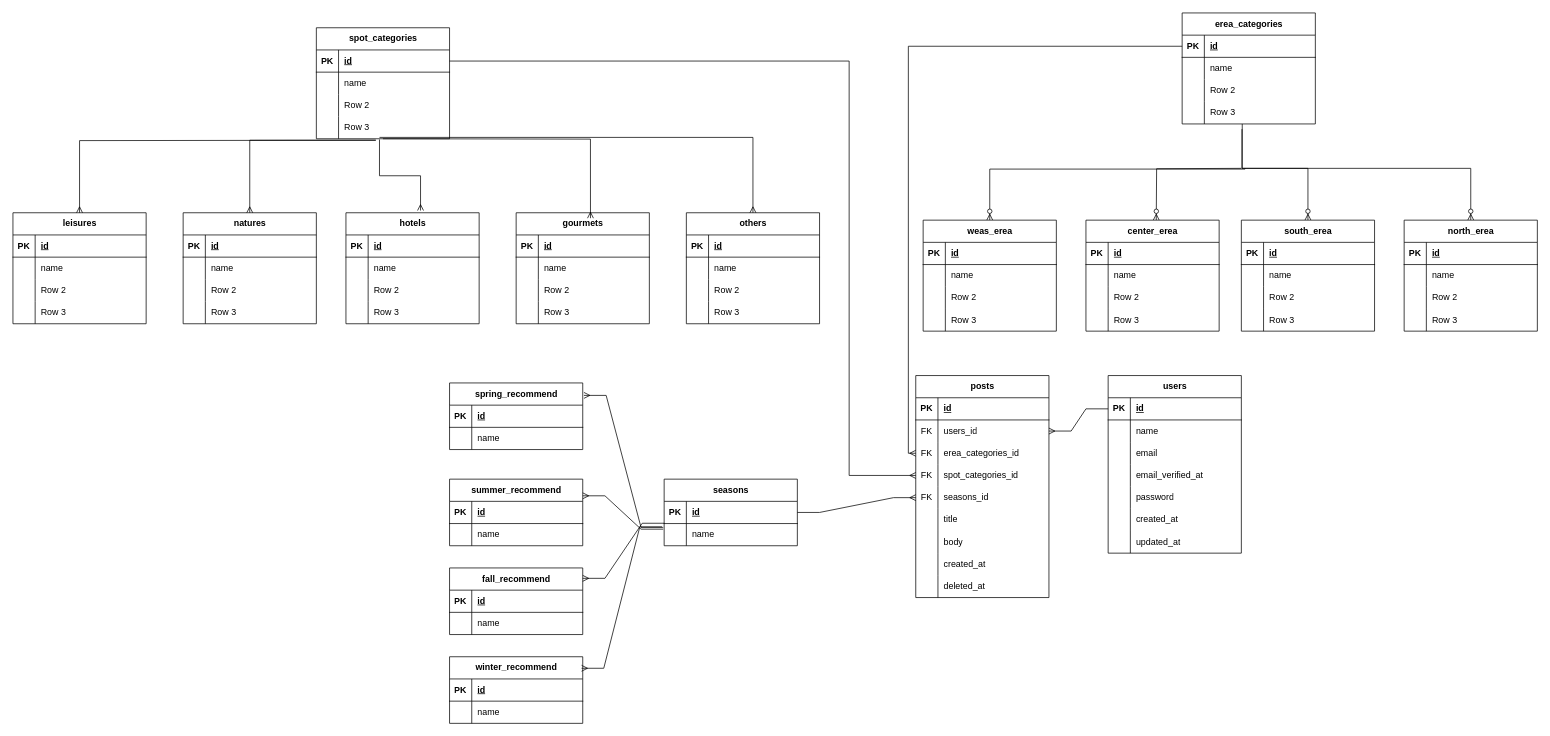
Before: 名称未設定ファイル.drawio in 113Nh/TravelingSite, a draw.io diagram. Source tidied: cells renumbered, new cells numbered last; positions are measured from the earlier drawing's top-left corner, leaving out a move shared by most shapes. Both pictures are drawn from the tidied source at 74%, with x=0, y=0 at pixel (13, 13).
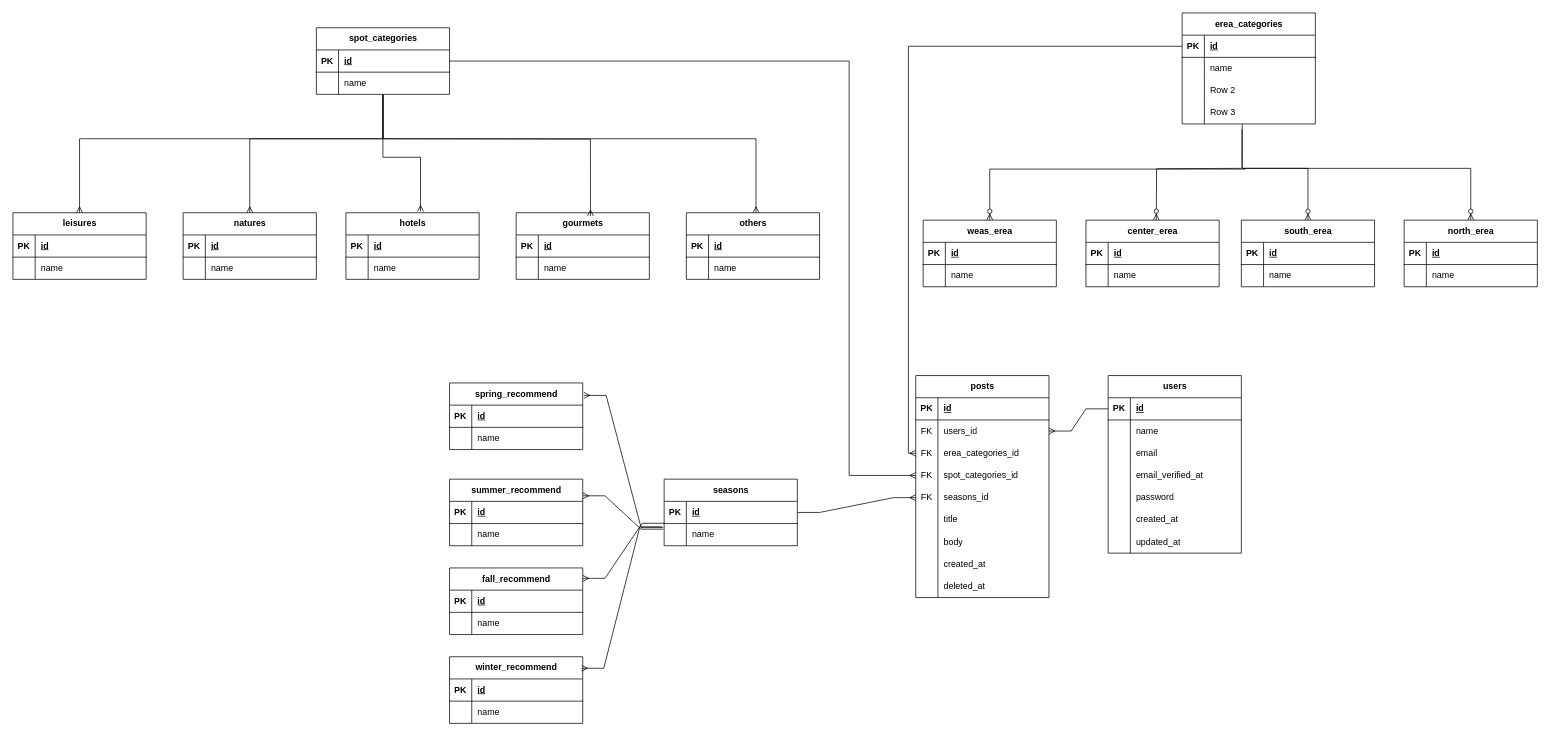
The same diagram, later.

Commit message (it also covers changes not shown here):
名称未設定ファイル.drawio を更新します

Change to the diagram source:
```diff
@@
     <mxCell id="76" value="weas_erea" style="shape=table;startSize=30;childLayout=tableLayout;rowLines=0;fontStyle=1;align=center;html=1;" parent="1" vertex="1">
-      <mxGeometry x="1230" y="280" width="180" height="150" as="geometry" />
+      <mxGeometry x="1230" y="280" width="180" height="90" as="geometry" />
     </mxCell>
@@
-    <mxCell id="83" style="shape=tableRow;horizontal=0;startSize=0;swimlaneHead=0;swimlaneBody=0;fillColor=none;top=0;left=0;right=0;bottom=0;" parent="76" vertex="1">
-      <mxGeometry y="90" width="180" height="30" as="geometry" />
-    </mxCell>
-    <mxCell id="84" style="shape=partialRectangle;fillColor=none;top=0;left=0;bottom=0;right=0;overflow=hidden;whiteSpace=wrap;html=1;" parent="83" vertex="1">
-      <mxGeometry width="30" height="30" as="geometry" />
-    </mxCell>
-    <mxCell id="85" value="Row 2" style="shape=partialRectangle;fillColor=none;top=0;left=0;bottom=0;right=0;align=left;spacingLeft=6;overflow=hidden;whiteSpace=wrap;html=1;" parent="83" vertex="1">
-      <mxGeometry x="30" width="150" height="30" as="geometry" />
-    </mxCell>
-    <mxCell id="86" style="shape=tableRow;horizontal=0;startSize=0;swimlaneHead=0;swimlaneBody=0;fillColor=none;top=0;left=0;right=0;bottom=0;" parent="76" vertex="1">
-      <mxGeometry y="120" width="180" height="30" as="geometry" />
-    </mxCell>
-    <mxCell id="87" style="shape=partialRectangle;fillColor=none;top=0;left=0;bottom=0;right=0;overflow=hidden;whiteSpace=wrap;html=1;" parent="86" vertex="1">
-      <mxGeometry width="30" height="30" as="geometry" />
-    </mxCell>
-    <mxCell id="88" value="Row 3" style="shape=partialRectangle;fillColor=none;top=0;left=0;bottom=0;right=0;align=left;spacingLeft=6;overflow=hidden;whiteSpace=wrap;html=1;" parent="86" vertex="1">
-      <mxGeometry x="30" width="150" height="30" as="geometry" />
-    </mxCell>
     <mxCell id="89" value="center_erea" style="shape=table;startSize=30;childLayout=tableLayout;rowLines=0;fontStyle=1;align=center;html=1;" parent="1" vertex="1">
-      <mxGeometry x="1450" y="280" width="180" height="150" as="geometry" />
+      <mxGeometry x="1450" y="280" width="180" height="90" as="geometry" />
     </mxCell>
@@
-    <mxCell id="96" style="shape=tableRow;horizontal=0;startSize=0;swimlaneHead=0;swimlaneBody=0;fillColor=none;top=0;left=0;right=0;bottom=0;" parent="89" vertex="1">
-      <mxGeometry y="90" width="180" height="30" as="geometry" />
-    </mxCell>
-    <mxCell id="97" style="shape=partialRectangle;fillColor=none;top=0;left=0;bottom=0;right=0;overflow=hidden;whiteSpace=wrap;html=1;" parent="96" vertex="1">
-      <mxGeometry width="30" height="30" as="geometry" />
-    </mxCell>
-    <mxCell id="98" value="Row 2" style="shape=partialRectangle;fillColor=none;top=0;left=0;bottom=0;right=0;align=left;spacingLeft=6;overflow=hidden;whiteSpace=wrap;html=1;" parent="96" vertex="1">
-      <mxGeometry x="30" width="150" height="30" as="geometry" />
-    </mxCell>
-    <mxCell id="99" style="shape=tableRow;horizontal=0;startSize=0;swimlaneHead=0;swimlaneBody=0;fillColor=none;top=0;left=0;right=0;bottom=0;" parent="89" vertex="1">
-      <mxGeometry y="120" width="180" height="30" as="geometry" />
-    </mxCell>
-    <mxCell id="100" style="shape=partialRectangle;fillColor=none;top=0;left=0;bottom=0;right=0;overflow=hidden;whiteSpace=wrap;html=1;" parent="99" vertex="1">
-      <mxGeometry width="30" height="30" as="geometry" />
-    </mxCell>
-    <mxCell id="101" value="Row 3" style="shape=partialRectangle;fillColor=none;top=0;left=0;bottom=0;right=0;align=left;spacingLeft=6;overflow=hidden;whiteSpace=wrap;html=1;" parent="99" vertex="1">
-      <mxGeometry x="30" width="150" height="30" as="geometry" />
-    </mxCell>
     <mxCell id="102" value="south_erea" style="shape=table;startSize=30;childLayout=tableLayout;rowLines=0;fontStyle=1;align=center;html=1;" parent="1" vertex="1">
-      <mxGeometry x="1660" y="280" width="180" height="150" as="geometry" />
+      <mxGeometry x="1660" y="280" width="180" height="90" as="geometry" />
     </mxCell>
@@
-    <mxCell id="109" style="shape=tableRow;horizontal=0;startSize=0;swimlaneHead=0;swimlaneBody=0;fillColor=none;top=0;left=0;right=0;bottom=0;" parent="102" vertex="1">
-      <mxGeometry y="90" width="180" height="30" as="geometry" />
-    </mxCell>
-    <mxCell id="110" style="shape=partialRectangle;fillColor=none;top=0;left=0;bottom=0;right=0;overflow=hidden;whiteSpace=wrap;html=1;" parent="109" vertex="1">
-      <mxGeometry width="30" height="30" as="geometry" />
-    </mxCell>
-    <mxCell id="111" value="Row 2" style="shape=partialRectangle;fillColor=none;top=0;left=0;bottom=0;right=0;align=left;spacingLeft=6;overflow=hidden;whiteSpace=wrap;html=1;" parent="109" vertex="1">
-      <mxGeometry x="30" width="150" height="30" as="geometry" />
-    </mxCell>
-    <mxCell id="112" style="shape=tableRow;horizontal=0;startSize=0;swimlaneHead=0;swimlaneBody=0;fillColor=none;top=0;left=0;right=0;bottom=0;" parent="102" vertex="1">
-      <mxGeometry y="120" width="180" height="30" as="geometry" />
-    </mxCell>
-    <mxCell id="113" style="shape=partialRectangle;fillColor=none;top=0;left=0;bottom=0;right=0;overflow=hidden;whiteSpace=wrap;html=1;" parent="112" vertex="1">
-      <mxGeometry width="30" height="30" as="geometry" />
-    </mxCell>
-    <mxCell id="114" value="Row 3" style="shape=partialRectangle;fillColor=none;top=0;left=0;bottom=0;right=0;align=left;spacingLeft=6;overflow=hidden;whiteSpace=wrap;html=1;" parent="112" vertex="1">
-      <mxGeometry x="30" width="150" height="30" as="geometry" />
-    </mxCell>
     <mxCell id="115" value="north_erea" style="shape=table;startSize=30;childLayout=tableLayout;rowLines=0;fontStyle=1;align=center;html=1;" parent="1" vertex="1">
-      <mxGeometry x="1880" y="280" width="180" height="150" as="geometry" />
+      <mxGeometry x="1880" y="280" width="180" height="90" as="geometry" />
     </mxCell>
@@
-    <mxCell id="122" style="shape=tableRow;horizontal=0;startSize=0;swimlaneHead=0;swimlaneBody=0;fillColor=none;top=0;left=0;right=0;bottom=0;" parent="115" vertex="1">
-      <mxGeometry y="90" width="180" height="30" as="geometry" />
-    </mxCell>
-    <mxCell id="123" style="shape=partialRectangle;fillColor=none;top=0;left=0;bottom=0;right=0;overflow=hidden;whiteSpace=wrap;html=1;" parent="122" vertex="1">
-      <mxGeometry width="30" height="30" as="geometry" />
-    </mxCell>
-    <mxCell id="124" value="Row 2" style="shape=partialRectangle;fillColor=none;top=0;left=0;bottom=0;right=0;align=left;spacingLeft=6;overflow=hidden;whiteSpace=wrap;html=1;" parent="122" vertex="1">
-      <mxGeometry x="30" width="150" height="30" as="geometry" />
-    </mxCell>
-    <mxCell id="125" style="shape=tableRow;horizontal=0;startSize=0;swimlaneHead=0;swimlaneBody=0;fillColor=none;top=0;left=0;right=0;bottom=0;" parent="115" vertex="1">
-      <mxGeometry y="120" width="180" height="30" as="geometry" />
-    </mxCell>
-    <mxCell id="126" style="shape=partialRectangle;fillColor=none;top=0;left=0;bottom=0;right=0;overflow=hidden;whiteSpace=wrap;html=1;" parent="125" vertex="1">
-      <mxGeometry width="30" height="30" as="geometry" />
-    </mxCell>
-    <mxCell id="127" value="Row 3" style="shape=partialRectangle;fillColor=none;top=0;left=0;bottom=0;right=0;align=left;spacingLeft=6;overflow=hidden;whiteSpace=wrap;html=1;" parent="125" vertex="1">
-      <mxGeometry x="30" width="150" height="30" as="geometry" />
-    </mxCell>
     <mxCell id="128" value="spot_categories" style="shape=table;startSize=30;childLayout=tableLayout;rowLines=0;fontStyle=1;align=center;html=1;" parent="1" vertex="1">
-      <mxGeometry x="410" y="20" width="180" height="150" as="geometry" />
+      <mxGeometry x="410" y="20" width="180" height="90" as="geometry" />
     </mxCell>
@@
-    <mxCell id="135" style="shape=tableRow;horizontal=0;startSize=0;swimlaneHead=0;swimlaneBody=0;fillColor=none;top=0;left=0;right=0;bottom=0;" parent="128" vertex="1">
-      <mxGeometry y="90" width="180" height="30" as="geometry" />
-    </mxCell>
-    <mxCell id="136" style="shape=partialRectangle;fillColor=none;top=0;left=0;bottom=0;right=0;overflow=hidden;whiteSpace=wrap;html=1;" parent="135" vertex="1">
-      <mxGeometry width="30" height="30" as="geometry" />
-    </mxCell>
-    <mxCell id="137" value="Row 2" style="shape=partialRectangle;fillColor=none;top=0;left=0;bottom=0;right=0;align=left;spacingLeft=6;overflow=hidden;whiteSpace=wrap;html=1;" parent="135" vertex="1">
-      <mxGeometry x="30" width="150" height="30" as="geometry" />
-    </mxCell>
-    <mxCell id="138" style="shape=tableRow;horizontal=0;startSize=0;swimlaneHead=0;swimlaneBody=0;fillColor=none;points=[[0,0.5],[1,0.5]];portConstraint=eastwest;top=0;left=0;right=0;bottom=0;" parent="128" vertex="1">
-      <mxGeometry y="120" width="180" height="30" as="geometry" />
-    </mxCell>
-    <mxCell id="139" style="shape=partialRectangle;fillColor=none;top=0;left=0;bottom=0;right=0;overflow=hidden;whiteSpace=wrap;html=1;" parent="138" vertex="1">
-      <mxGeometry width="30" height="30" as="geometry" />
-    </mxCell>
-    <mxCell id="140" value="Row 3" style="shape=partialRectangle;fillColor=none;top=0;left=0;bottom=0;right=0;align=left;spacingLeft=6;overflow=hidden;whiteSpace=wrap;html=1;" parent="138" vertex="1">
-      <mxGeometry x="30" width="150" height="30" as="geometry" />
-    </mxCell>
     <mxCell id="141" value="leisures" style="shape=table;startSize=30;childLayout=tableLayout;rowLines=0;fontStyle=1;align=center;html=1;" parent="1" vertex="1">
-      <mxGeometry y="270" width="180" height="150" as="geometry" />
+      <mxGeometry y="270" width="180" height="90" as="geometry" />
     </mxCell>
@@
-    <mxCell id="148" style="shape=tableRow;horizontal=0;startSize=0;swimlaneHead=0;swimlaneBody=0;fillColor=none;top=0;left=0;right=0;bottom=0;" parent="141" vertex="1">
-      <mxGeometry y="90" width="180" height="30" as="geometry" />
-    </mxCell>
-    <mxCell id="149" style="shape=partialRectangle;fillColor=none;top=0;left=0;bottom=0;right=0;overflow=hidden;whiteSpace=wrap;html=1;" parent="148" vertex="1">
-      <mxGeometry width="30" height="30" as="geometry" />
-    </mxCell>
-    <mxCell id="150" value="Row 2" style="shape=partialRectangle;fillColor=none;top=0;left=0;bottom=0;right=0;align=left;spacingLeft=6;overflow=hidden;whiteSpace=wrap;html=1;" parent="148" vertex="1">
-      <mxGeometry x="30" width="150" height="30" as="geometry" />
-    </mxCell>
-    <mxCell id="151" style="shape=tableRow;horizontal=0;startSize=0;swimlaneHead=0;swimlaneBody=0;fillColor=none;top=0;left=0;right=0;bottom=0;" parent="141" vertex="1">
-      <mxGeometry y="120" width="180" height="30" as="geometry" />
-    </mxCell>
-    <mxCell id="152" style="shape=partialRectangle;fillColor=none;top=0;left=0;bottom=0;right=0;overflow=hidden;whiteSpace=wrap;html=1;" parent="151" vertex="1">
-      <mxGeometry width="30" height="30" as="geometry" />
-    </mxCell>
-    <mxCell id="153" value="Row 3" style="shape=partialRectangle;fillColor=none;top=0;left=0;bottom=0;right=0;align=left;spacingLeft=6;overflow=hidden;whiteSpace=wrap;html=1;" parent="151" vertex="1">
-      <mxGeometry x="30" width="150" height="30" as="geometry" />
-    </mxCell>
     <mxCell id="154" value="natures" style="shape=table;startSize=30;childLayout=tableLayout;rowLines=0;fontStyle=1;align=center;html=1;" parent="1" vertex="1">
-      <mxGeometry x="230" y="270" width="180" height="150" as="geometry" />
+      <mxGeometry x="230" y="270" width="180" height="90" as="geometry" />
     </mxCell>
@@
-    <mxCell id="161" style="shape=tableRow;horizontal=0;startSize=0;swimlaneHead=0;swimlaneBody=0;fillColor=none;top=0;left=0;right=0;bottom=0;" parent="154" vertex="1">
-      <mxGeometry y="90" width="180" height="30" as="geometry" />
-    </mxCell>
-    <mxCell id="162" style="shape=partialRectangle;fillColor=none;top=0;left=0;bottom=0;right=0;overflow=hidden;whiteSpace=wrap;html=1;" parent="161" vertex="1">
-      <mxGeometry width="30" height="30" as="geometry" />
-    </mxCell>
-    <mxCell id="163" value="Row 2" style="shape=partialRectangle;fillColor=none;top=0;left=0;bottom=0;right=0;align=left;spacingLeft=6;overflow=hidden;whiteSpace=wrap;html=1;" parent="161" vertex="1">
-      <mxGeometry x="30" width="150" height="30" as="geometry" />
-    </mxCell>
-    <mxCell id="164" style="shape=tableRow;horizontal=0;startSize=0;swimlaneHead=0;swimlaneBody=0;fillColor=none;top=0;left=0;right=0;bottom=0;" parent="154" vertex="1">
-      <mxGeometry y="120" width="180" height="30" as="geometry" />
-    </mxCell>
-    <mxCell id="165" style="shape=partialRectangle;fillColor=none;top=0;left=0;bottom=0;right=0;overflow=hidden;whiteSpace=wrap;html=1;" parent="164" vertex="1">
-      <mxGeometry width="30" height="30" as="geometry" />
-    </mxCell>
-    <mxCell id="166" value="Row 3" style="shape=partialRectangle;fillColor=none;top=0;left=0;bottom=0;right=0;align=left;spacingLeft=6;overflow=hidden;whiteSpace=wrap;html=1;" parent="164" vertex="1">
-      <mxGeometry x="30" width="150" height="30" as="geometry" />
-    </mxCell>
     <mxCell id="167" value="hotels" style="shape=table;startSize=30;childLayout=tableLayout;rowLines=0;fontStyle=1;align=center;html=1;" parent="1" vertex="1">
-      <mxGeometry x="450" y="270" width="180" height="150" as="geometry" />
+      <mxGeometry x="450" y="270" width="180" height="90" as="geometry" />
     </mxCell>
@@
-    <mxCell id="174" style="shape=tableRow;horizontal=0;startSize=0;swimlaneHead=0;swimlaneBody=0;fillColor=none;top=0;left=0;right=0;bottom=0;" parent="167" vertex="1">
-      <mxGeometry y="90" width="180" height="30" as="geometry" />
-    </mxCell>
-    <mxCell id="175" style="shape=partialRectangle;fillColor=none;top=0;left=0;bottom=0;right=0;overflow=hidden;whiteSpace=wrap;html=1;" parent="174" vertex="1">
-      <mxGeometry width="30" height="30" as="geometry" />
-    </mxCell>
-    <mxCell id="176" value="Row 2" style="shape=partialRectangle;fillColor=none;top=0;left=0;bottom=0;right=0;align=left;spacingLeft=6;overflow=hidden;whiteSpace=wrap;html=1;" parent="174" vertex="1">
-      <mxGeometry x="30" width="150" height="30" as="geometry" />
-    </mxCell>
-    <mxCell id="177" style="shape=tableRow;horizontal=0;startSize=0;swimlaneHead=0;swimlaneBody=0;fillColor=none;top=0;left=0;right=0;bottom=0;" parent="167" vertex="1">
-      <mxGeometry y="120" width="180" height="30" as="geometry" />
-    </mxCell>
-    <mxCell id="178" style="shape=partialRectangle;fillColor=none;top=0;left=0;bottom=0;right=0;overflow=hidden;whiteSpace=wrap;html=1;" parent="177" vertex="1">
-      <mxGeometry width="30" height="30" as="geometry" />
-    </mxCell>
-    <mxCell id="179" value="Row 3" style="shape=partialRectangle;fillColor=none;top=0;left=0;bottom=0;right=0;align=left;spacingLeft=6;overflow=hidden;whiteSpace=wrap;html=1;" parent="177" vertex="1">
-      <mxGeometry x="30" width="150" height="30" as="geometry" />
-    </mxCell>
     <mxCell id="180" value="gourmets" style="shape=table;startSize=30;childLayout=tableLayout;rowLines=0;fontStyle=1;align=center;html=1;" parent="1" vertex="1">
-      <mxGeometry x="680" y="270" width="180" height="150" as="geometry" />
+      <mxGeometry x="680" y="270" width="180" height="90" as="geometry" />
     </mxCell>
@@
-    <mxCell id="187" style="shape=tableRow;horizontal=0;startSize=0;swimlaneHead=0;swimlaneBody=0;fillColor=none;top=0;left=0;right=0;bottom=0;" parent="180" vertex="1">
-      <mxGeometry y="90" width="180" height="30" as="geometry" />
-    </mxCell>
-    <mxCell id="188" style="shape=partialRectangle;fillColor=none;top=0;left=0;bottom=0;right=0;overflow=hidden;whiteSpace=wrap;html=1;" parent="187" vertex="1">
-      <mxGeometry width="30" height="30" as="geometry" />
-    </mxCell>
-    <mxCell id="189" value="Row 2" style="shape=partialRectangle;fillColor=none;top=0;left=0;bottom=0;right=0;align=left;spacingLeft=6;overflow=hidden;whiteSpace=wrap;html=1;" parent="187" vertex="1">
-      <mxGeometry x="30" width="150" height="30" as="geometry" />
-    </mxCell>
-    <mxCell id="190" style="shape=tableRow;horizontal=0;startSize=0;swimlaneHead=0;swimlaneBody=0;fillColor=none;top=0;left=0;right=0;bottom=0;" parent="180" vertex="1">
-      <mxGeometry y="120" width="180" height="30" as="geometry" />
-    </mxCell>
-    <mxCell id="191" style="shape=partialRectangle;fillColor=none;top=0;left=0;bottom=0;right=0;overflow=hidden;whiteSpace=wrap;html=1;" parent="190" vertex="1">
-      <mxGeometry width="30" height="30" as="geometry" />
-    </mxCell>
-    <mxCell id="192" value="Row 3" style="shape=partialRectangle;fillColor=none;top=0;left=0;bottom=0;right=0;align=left;spacingLeft=6;overflow=hidden;whiteSpace=wrap;html=1;" parent="190" vertex="1">
-      <mxGeometry x="30" width="150" height="30" as="geometry" />
-    </mxCell>
     <mxCell id="193" value="others" style="shape=table;startSize=30;childLayout=tableLayout;rowLines=0;fontStyle=1;align=center;html=1;" parent="1" vertex="1">
-      <mxGeometry x="910" y="270" width="180" height="150" as="geometry" />
+      <mxGeometry x="910" y="270" width="180" height="90" as="geometry" />
     </mxCell>
@@
-    <mxCell id="200" style="shape=tableRow;horizontal=0;startSize=0;swimlaneHead=0;swimlaneBody=0;fillColor=none;top=0;left=0;right=0;bottom=0;" parent="193" vertex="1">
-      <mxGeometry y="90" width="180" height="30" as="geometry" />
-    </mxCell>
-    <mxCell id="201" style="shape=partialRectangle;fillColor=none;top=0;left=0;bottom=0;right=0;overflow=hidden;whiteSpace=wrap;html=1;" parent="200" vertex="1">
-      <mxGeometry width="30" height="30" as="geometry" />
-    </mxCell>
-    <mxCell id="202" value="Row 2" style="shape=partialRectangle;fillColor=none;top=0;left=0;bottom=0;right=0;align=left;spacingLeft=6;overflow=hidden;whiteSpace=wrap;html=1;" parent="200" vertex="1">
-      <mxGeometry x="30" width="150" height="30" as="geometry" />
-    </mxCell>
-    <mxCell id="203" style="shape=tableRow;horizontal=0;startSize=0;swimlaneHead=0;swimlaneBody=0;fillColor=none;top=0;left=0;right=0;bottom=0;" parent="193" vertex="1">
-      <mxGeometry y="120" width="180" height="30" as="geometry" />
-    </mxCell>
-    <mxCell id="204" style="shape=partialRectangle;fillColor=none;top=0;left=0;bottom=0;right=0;overflow=hidden;whiteSpace=wrap;html=1;" parent="203" vertex="1">
-      <mxGeometry width="30" height="30" as="geometry" />
-    </mxCell>
-    <mxCell id="205" value="Row 3" style="shape=partialRectangle;fillColor=none;top=0;left=0;bottom=0;right=0;align=left;spacingLeft=6;overflow=hidden;whiteSpace=wrap;html=1;" parent="203" vertex="1">
-      <mxGeometry x="30" width="150" height="30" as="geometry" />
-    </mxCell>
     <mxCell id="206" style="edgeStyle=orthogonalEdgeStyle;fontSize=12;html=1;endArrow=ERmany;rounded=0;entryX=0.5;entryY=0;entryDx=0;entryDy=0;" parent="1" edge="1" target="141">
       <mxGeometry relative="1" as="geometry">
-        <mxPoint x="490" y="172" as="sourcePoint" />
+        <mxPoint x="500" y="110" as="sourcePoint" />
+        <Array as="points">
+          <mxPoint x="500" y="170" />
+          <mxPoint x="90" y="170" />
+        </Array>
       </mxGeometry>
     </mxCell>
-    <mxCell id="207" style="edgeStyle=orthogonalEdgeStyle;fontSize=12;html=1;endArrow=ERmany;rounded=0;exitX=0.448;exitY=1.065;exitDx=0;exitDy=0;exitPerimeter=0;entryX=0.5;entryY=0;entryDx=0;entryDy=0;" parent="1" edge="1" source="138" target="154">
-      <mxGeometry relative="1" as="geometry" />
+    <mxCell id="207" style="edgeStyle=orthogonalEdgeStyle;fontSize=12;html=1;endArrow=ERmany;rounded=0;entryX=0.5;entryY=0;entryDx=0;entryDy=0;" parent="1" edge="1" target="154">
+      <mxGeometry relative="1" as="geometry">
+        <mxPoint x="500" y="110" as="sourcePoint" />
+        <Array as="points">
+          <mxPoint x="500" y="170" />
+          <mxPoint x="320" y="170" />
+        </Array>
+      </mxGeometry>
     </mxCell>
-    <mxCell id="208" style="edgeStyle=orthogonalEdgeStyle;fontSize=12;html=1;endArrow=ERmany;rounded=0;exitX=0.474;exitY=1.033;exitDx=0;exitDy=0;exitPerimeter=0;entryX=0.56;entryY=-0.02;entryDx=0;entryDy=0;entryPerimeter=0;" parent="1" edge="1" source="138" target="167">
-      <mxGeometry relative="1" as="geometry" />
+    <mxCell id="208" style="edgeStyle=orthogonalEdgeStyle;fontSize=12;html=1;endArrow=ERmany;rounded=0;entryX=0.56;entryY=-0.02;entryDx=0;entryDy=0;entryPerimeter=0;" parent="1" edge="1" target="167">
+      <mxGeometry relative="1" as="geometry">
+        <mxPoint x="500" y="110" as="sourcePoint" />
+        <Array as="points">
+          <mxPoint x="500" y="120" />
+          <mxPoint x="500" y="195" />
+          <mxPoint x="551" y="195" />
+        </Array>
+      </mxGeometry>
     </mxCell>
@@
-    <mxCell id="210" style="edgeStyle=orthogonalEdgeStyle;fontSize=12;html=1;endArrow=ERmany;rounded=0;exitX=0.474;exitY=0.939;exitDx=0;exitDy=0;exitPerimeter=0;entryX=0.5;entryY=0;entryDx=0;entryDy=0;" parent="1" edge="1" source="138" target="193">
-      <mxGeometry relative="1" as="geometry" />
+    <mxCell id="210" style="edgeStyle=orthogonalEdgeStyle;fontSize=12;html=1;endArrow=ERmany;rounded=0;entryX=0.5;entryY=0;entryDx=0;entryDy=0;exitX=0.477;exitY=1.043;exitDx=0;exitDy=0;exitPerimeter=0;" parent="1" edge="1">
+      <mxGeometry relative="1" as="geometry">
+        <mxPoint x="500" y="111.3" as="sourcePoint" />
+        <mxPoint x="1004.1" y="270" as="targetPoint" />
+        <Array as="points">
+          <mxPoint x="500.1" y="170" />
+          <mxPoint x="1004.1" y="170" />
+        </Array>
+      </mxGeometry>
     </mxCell>
```
